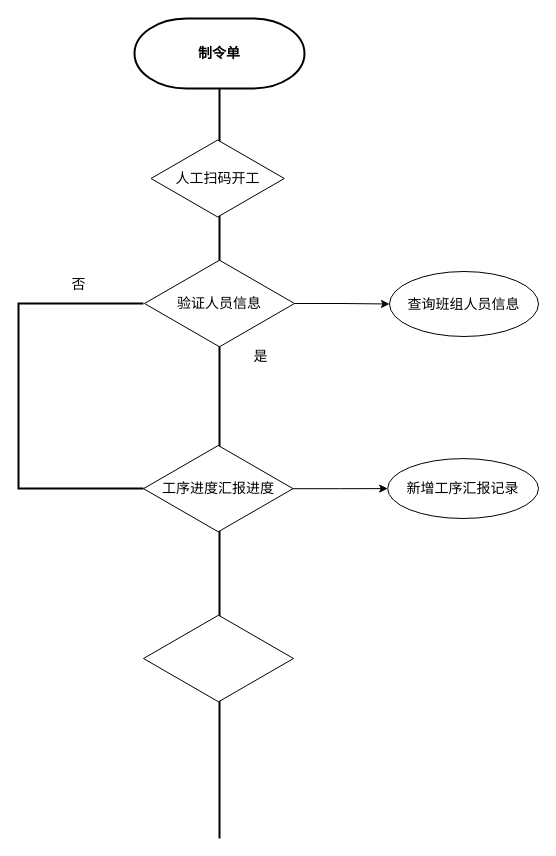
Earlier version of the draw.io diagram 制令单流程图.drawio (KNAI-I/test). Source tidied: cells renumbered, new cells numbered last; positions are measured from the earlier drawing's top-left corner, leaving out a move shared by most shapes. Both pictures are drawn from the tidied source at 100%, with x=0, y=0 at pixel (18, 18).
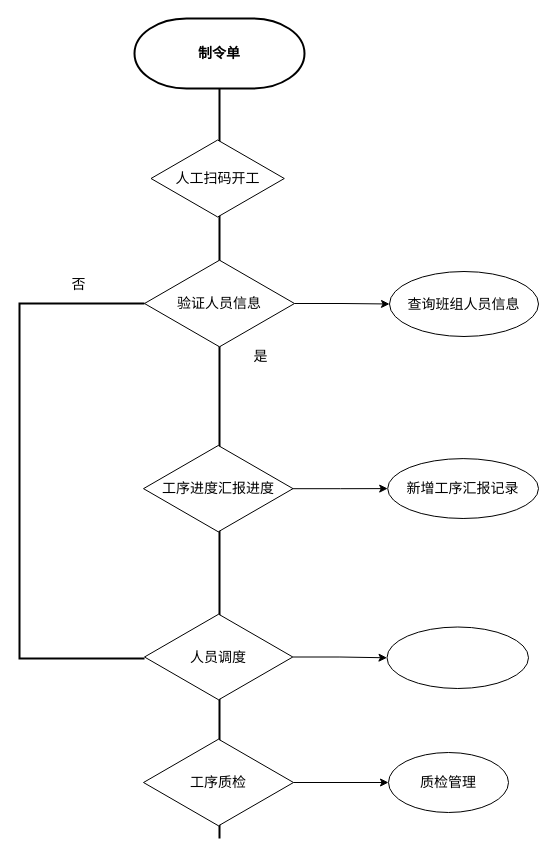
The same page after the edit.

Commit message (it also covers changes not shown here):
更新制令单流程图.drawio

The edit, as a diff of the source:
```diff
@@
 <mxGraphModel>
   <root>
     <mxCell id="0" />
     <mxCell id="1" parent="0" />
     <mxCell id="2" value="制令单" style="strokeWidth=2;html=1;shape=mxgraph.flowchart.terminator;whiteSpace=wrap;fontSize=14;fontStyle=1;" parent="1" vertex="1">
       <mxGeometry x="116" width="170" height="70" as="geometry" />
     </mxCell>
     <mxCell id="3" style="line;strokeWidth=2;direction=south;html=1;" parent="1" vertex="1">
       <mxGeometry x="196" y="70" width="10" height="750" as="geometry" />
     </mxCell>
     <mxCell id="4" value="人工扫码开工" style="html=1;whiteSpace=wrap;shape=isoRectangle;fontSize=14;" parent="1" vertex="1">
       <mxGeometry x="132.5" y="120" width="133.3" height="80" as="geometry" />
     </mxCell>
     <mxCell id="5" style="edgeStyle=orthogonalEdgeStyle;rounded=0;jettySize=auto;html=1;fontSize=145;" parent="1" edge="1" source="6" target="10">
       <mxGeometry relative="1" as="geometry" />
     </mxCell>
     <mxCell id="6" value="验证人员信息" style="html=1;whiteSpace=wrap;shape=isoRectangle;fontSize=14;" parent="1" vertex="1">
       <mxGeometry x="126" y="240" width="150" height="90" as="geometry" />
     </mxCell>
     <mxCell id="7" style="strokeWidth=2;html=1;shape=mxgraph.flowchart.annotation_1;align=left;" parent="1" vertex="1">
-      <mxGeometry y="285" width="125" height="185" as="geometry" />
+      <mxGeometry x="1" y="285" width="125" height="355" as="geometry" />
     </mxCell>
     <mxCell id="8" value="否" style="text;html=1;align=center;verticalAlign=middle;strokeColor=none;fillColor=none;fontSize=14;" parent="1" vertex="1">
       <mxGeometry x="40" y="251" width="40" height="30" as="geometry" />
     </mxCell>
     <mxCell id="9" value="是" style="text;html=1;align=center;verticalAlign=middle;strokeColor=none;fillColor=none;fontSize=14;" parent="1" vertex="1">
       <mxGeometry x="222" y="323" width="40" height="30" as="geometry" />
     </mxCell>
     <mxCell id="10" value="查询班组人员信息" style="ellipse;whiteSpace=wrap;html=1;fontSize=14;" parent="1" vertex="1">
       <mxGeometry x="371" y="253" width="149" height="65" as="geometry" />
     </mxCell>
     <mxCell id="11" style="edgeStyle=orthogonalEdgeStyle;rounded=0;jettySize=auto;html=1;fontSize=14;" parent="1" edge="1" source="12" target="14">
       <mxGeometry relative="1" as="geometry" />
     </mxCell>
     <mxCell id="12" value="&lt;font style=&quot;font-size: 14px;&quot;&gt;工序进度汇报进度&lt;/font&gt;" style="html=1;whiteSpace=wrap;shape=isoRectangle;fontSize=14;" parent="1" vertex="1">
       <mxGeometry x="125" y="425.3" width="149.5" height="89.7" as="geometry" />
     </mxCell>
+    <mxCell id="15" style="edgeStyle=orthogonalEdgeStyle;rounded=0;jettySize=auto;html=1;fontSize=14;" parent="1" edge="1" source="13" target="16">
+      <mxGeometry relative="1" as="geometry" />
+    </mxCell>
-    <mxCell id="13" style="html=1;whiteSpace=wrap;shape=isoRectangle;fontSize=14;" parent="1" vertex="1">
-      <mxGeometry x="125" y="595" width="150" height="90" as="geometry" />
+    <mxCell id="13" value="工序质检" style="html=1;whiteSpace=wrap;shape=isoRectangle;fontSize=14;" parent="1" vertex="1">
+      <mxGeometry x="125" y="719" width="150" height="90" as="geometry" />
     </mxCell>
     <mxCell id="14" value="新增工序汇报记录" style="ellipse;whiteSpace=wrap;html=1;fontSize=14;" parent="1" vertex="1">
       <mxGeometry x="369.2" y="440.1" width="150.8" height="59.9" as="geometry" />
     </mxCell>
+    <mxCell id="16" value="质检管理" style="ellipse;whiteSpace=wrap;html=1;fontSize=14;" parent="1" vertex="1">
+      <mxGeometry x="370" y="734" width="120" height="60" as="geometry" />
+    </mxCell>
+    <mxCell id="17" style="edgeStyle=orthogonalEdgeStyle;rounded=0;jettySize=auto;html=1;fontSize=14;" parent="1" edge="1" source="18" target="19">
+      <mxGeometry relative="1" as="geometry" />
+    </mxCell>
+    <mxCell id="18" value="人员调度" style="html=1;whiteSpace=wrap;shape=isoRectangle;fontSize=14;" parent="1" vertex="1">
+      <mxGeometry x="126" y="594" width="148.3" height="89" as="geometry" />
+    </mxCell>
+    <mxCell id="19" style="ellipse;whiteSpace=wrap;html=1;fontSize=14;" parent="1" vertex="1">
+      <mxGeometry x="368.5" y="608.5" width="141.5" height="61.5" as="geometry" />
+    </mxCell>
   </root>
 </mxGraphModel>
```
